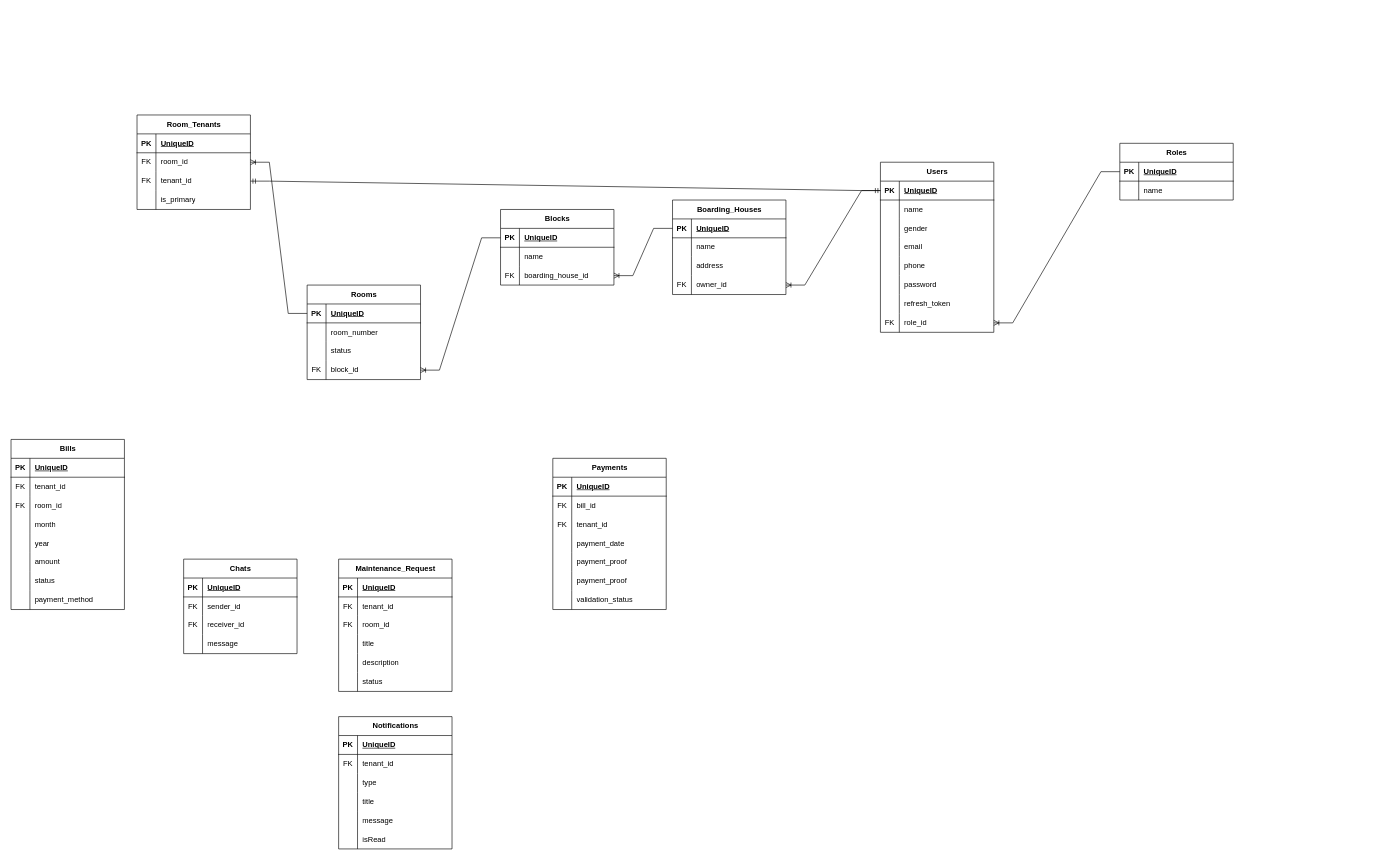
Above: page "ERD" (2 of 2) of flow/Flow NexKos.drawio.xml in danurrizad/NexKos (draw.io), before the change. Source tidied: cells renumbered, new cells numbered last; positions are measured from the earlier drawing's top-left corner, leaving out a move shared by most shapes. Both pictures are drawn from the tidied source at 63%, with x=0, y=0 at pixel (11, 115).
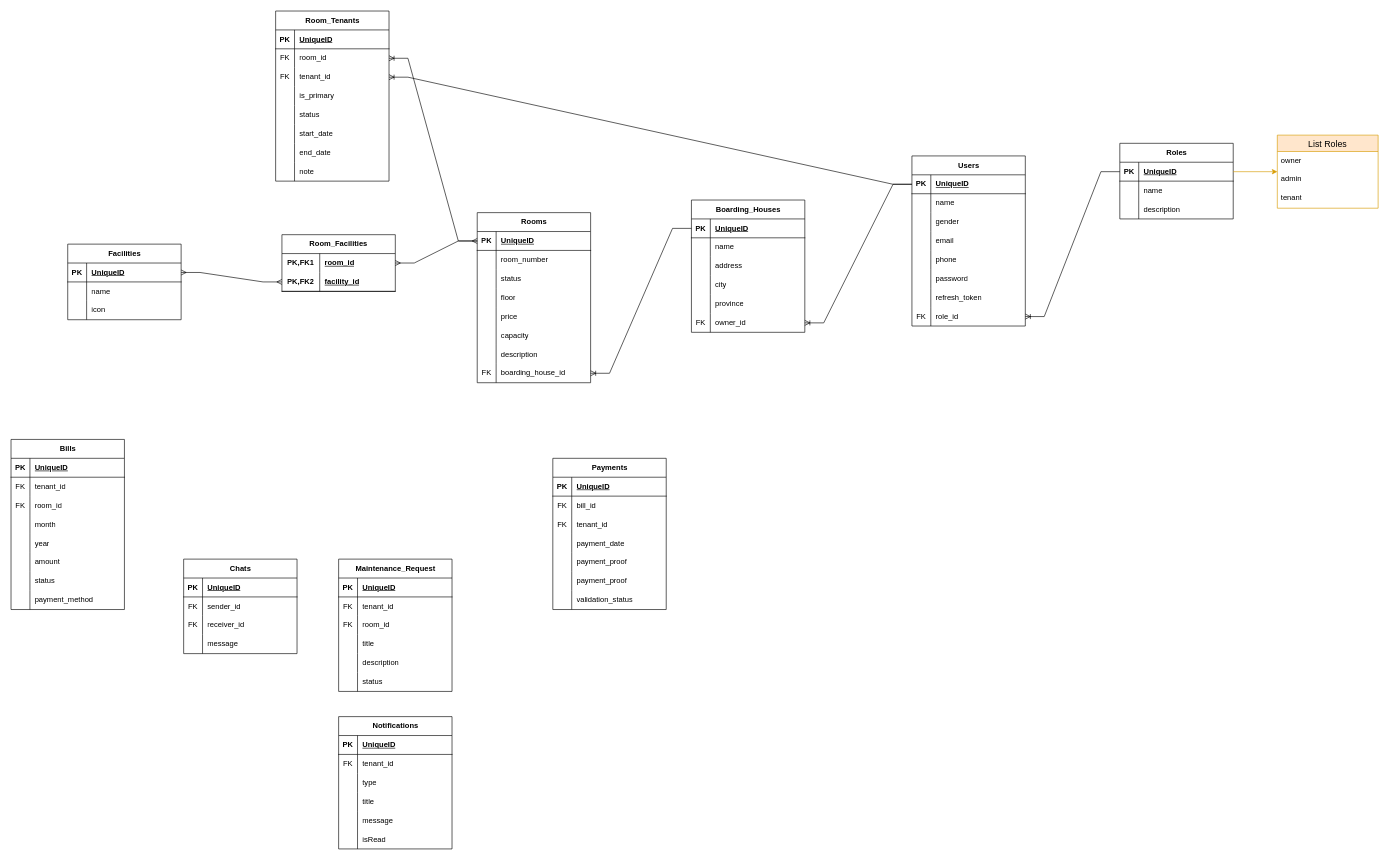
The same page after the edit.

Unchanged cells that the change refers to:
```xml
<mxCell id="3" style="shape=tableRow;horizontal=0;startSize=0;swimlaneHead=0;swimlaneBody=0;fillColor=none;points=[[0,0.5],[1,0.5]];portConstraint=eastwest;top=0;left=0;right=0;bottom=1;" parent="2" vertex="1">
  <mxGeometry y="30" width="180" height="30" as="geometry" />
</mxCell>
<mxCell id="28" style="shape=tableRow;horizontal=0;startSize=0;swimlaneHead=0;swimlaneBody=0;fillColor=none;points=[[0,0.5],[1,0.5]];portConstraint=eastwest;top=0;left=0;right=0;bottom=1;" parent="27" vertex="1">
  <mxGeometry y="30" width="180" height="30" as="geometry" />
</mxCell>
<mxCell id="152" style="shape=tableRow;horizontal=0;startSize=0;swimlaneHead=0;swimlaneBody=0;fillColor=none;points=[[0,0.5],[1,0.5]];portConstraint=eastwest;top=0;left=0;right=0;bottom=1;" parent="151" vertex="1">
  <mxGeometry y="30" width="180" height="30" as="geometry" />
</mxCell>
<mxCell id="180" style="shape=tableRow;horizontal=0;startSize=0;swimlaneHead=0;swimlaneBody=0;fillColor=none;points=[[0,0.5],[1,0.5]];portConstraint=eastwest;top=0;left=0;right=0;bottom=0;" parent="173" vertex="1">
  <mxGeometry y="90" width="180" height="30" as="geometry" />
</mxCell>
```

Diff of the diagram source:
```diff
@@
     <mxCell id="2" value="Users" style="shape=table;startSize=30;childLayout=tableLayout;rowLines=0;fontStyle=1;align=center;html=1;" parent="1" vertex="1">
-      <mxGeometry x="1380" y="75" width="180" height="270" as="geometry" />
+      <mxGeometry x="1430" y="65" width="180" height="270" as="geometry" />
     </mxCell>
@@
     <mxCell id="27" value="Rooms" style="shape=table;startSize=30;childLayout=tableLayout;rowLines=0;fontStyle=1;align=center;html=1;" parent="1" vertex="1">
-      <mxGeometry x="470" y="270" width="180" height="150" as="geometry" />
+      <mxGeometry x="740" y="155" width="180" height="270" as="geometry" />
     </mxCell>
@@
-    <mxCell id="37" style="shape=tableRow;horizontal=0;startSize=0;swimlaneHead=0;swimlaneBody=0;fillColor=none;points=[[0,0.5],[1,0.5]];portConstraint=eastwest;top=0;left=0;right=0;bottom=0;" parent="27" vertex="1">
-      <mxGeometry y="120" width="180" height="30" as="geometry" />
-    </mxCell>
-    <mxCell id="38" value="FK" style="shape=partialRectangle;fillColor=none;top=0;left=0;bottom=0;right=0;overflow=hidden;whiteSpace=wrap;html=1;" parent="37" vertex="1">
-      <mxGeometry width="30" height="30" as="geometry" />
-    </mxCell>
-    <mxCell id="39" value="block_id" style="shape=partialRectangle;fillColor=none;top=0;left=0;bottom=0;right=0;align=left;spacingLeft=6;overflow=hidden;whiteSpace=wrap;html=1;" parent="37" vertex="1">
-      <mxGeometry x="30" width="150" height="30" as="geometry" />
-    </mxCell>
+    <mxCell id="187" style="shape=tableRow;horizontal=0;startSize=0;swimlaneHead=0;swimlaneBody=0;fillColor=none;top=0;left=0;right=0;bottom=0;" parent="27" vertex="1">
+      <mxGeometry y="120" width="180" height="30" as="geometry" />
+    </mxCell>
+    <mxCell id="188" style="shape=partialRectangle;fillColor=none;top=0;left=0;bottom=0;right=0;overflow=hidden;whiteSpace=wrap;html=1;" parent="187" vertex="1">
+      <mxGeometry width="30" height="30" as="geometry" />
+    </mxCell>
+    <mxCell id="189" value="floor" style="shape=partialRectangle;fillColor=none;top=0;left=0;bottom=0;right=0;align=left;spacingLeft=6;overflow=hidden;whiteSpace=wrap;html=1;" parent="187" vertex="1">
+      <mxGeometry x="30" width="150" height="30" as="geometry" />
+    </mxCell>
+    <mxCell id="190" style="shape=tableRow;horizontal=0;startSize=0;swimlaneHead=0;swimlaneBody=0;fillColor=none;top=0;left=0;right=0;bottom=0;" parent="27" vertex="1">
+      <mxGeometry y="150" width="180" height="30" as="geometry" />
+    </mxCell>
+    <mxCell id="191" style="shape=partialRectangle;fillColor=none;top=0;left=0;bottom=0;right=0;overflow=hidden;whiteSpace=wrap;html=1;" parent="190" vertex="1">
+      <mxGeometry width="30" height="30" as="geometry" />
+    </mxCell>
+    <mxCell id="192" value="price" style="shape=partialRectangle;fillColor=none;top=0;left=0;bottom=0;right=0;align=left;spacingLeft=6;overflow=hidden;whiteSpace=wrap;html=1;" parent="190" vertex="1">
+      <mxGeometry x="30" width="150" height="30" as="geometry" />
+    </mxCell>
+    <mxCell id="193" style="shape=tableRow;horizontal=0;startSize=0;swimlaneHead=0;swimlaneBody=0;fillColor=none;top=0;left=0;right=0;bottom=0;" parent="27" vertex="1">
+      <mxGeometry y="180" width="180" height="30" as="geometry" />
+    </mxCell>
+    <mxCell id="194" style="shape=partialRectangle;fillColor=none;top=0;left=0;bottom=0;right=0;overflow=hidden;whiteSpace=wrap;html=1;" parent="193" vertex="1">
+      <mxGeometry width="30" height="30" as="geometry" />
+    </mxCell>
+    <mxCell id="195" value="capacity" style="shape=partialRectangle;fillColor=none;top=0;left=0;bottom=0;right=0;align=left;spacingLeft=6;overflow=hidden;whiteSpace=wrap;html=1;" parent="193" vertex="1">
+      <mxGeometry x="30" width="150" height="30" as="geometry" />
+    </mxCell>
+    <mxCell id="196" style="shape=tableRow;horizontal=0;startSize=0;swimlaneHead=0;swimlaneBody=0;fillColor=none;top=0;left=0;right=0;bottom=0;" parent="27" vertex="1">
+      <mxGeometry y="210" width="180" height="30" as="geometry" />
+    </mxCell>
+    <mxCell id="197" style="shape=partialRectangle;fillColor=none;top=0;left=0;bottom=0;right=0;overflow=hidden;whiteSpace=wrap;html=1;" parent="196" vertex="1">
+      <mxGeometry width="30" height="30" as="geometry" />
+    </mxCell>
+    <mxCell id="198" value="description" style="shape=partialRectangle;fillColor=none;top=0;left=0;bottom=0;right=0;align=left;spacingLeft=6;overflow=hidden;whiteSpace=wrap;html=1;" parent="196" vertex="1">
+      <mxGeometry x="30" width="150" height="30" as="geometry" />
+    </mxCell>
+    <mxCell id="165" style="shape=tableRow;horizontal=0;startSize=0;swimlaneHead=0;swimlaneBody=0;fillColor=none;points=[[0,0.5],[1,0.5]];portConstraint=eastwest;top=0;left=0;right=0;bottom=0;" parent="27" vertex="1">
+      <mxGeometry y="240" width="180" height="30" as="geometry" />
+    </mxCell>
+    <mxCell id="166" value="FK" style="shape=partialRectangle;fillColor=none;top=0;left=0;bottom=0;right=0;overflow=hidden;whiteSpace=wrap;html=1;" parent="165" vertex="1">
+      <mxGeometry width="30" height="30" as="geometry" />
+    </mxCell>
+    <mxCell id="167" value="boarding_house_id" style="shape=partialRectangle;fillColor=none;top=0;left=0;bottom=0;right=0;align=left;spacingLeft=6;overflow=hidden;whiteSpace=wrap;html=1;" parent="165" vertex="1">
+      <mxGeometry x="30" width="150" height="30" as="geometry" />
+    </mxCell>
     <mxCell id="40" value="Boarding_Houses" style="shape=table;startSize=30;childLayout=tableLayout;rowLines=0;fontStyle=1;align=center;html=1;" parent="1" vertex="1">
-      <mxGeometry x="1050" y="135" width="180" height="150" as="geometry" />
+      <mxGeometry x="1080" y="135" width="180" height="210" as="geometry" />
     </mxCell>
@@
+    <mxCell id="199" style="shape=tableRow;horizontal=0;startSize=0;swimlaneHead=0;swimlaneBody=0;fillColor=none;top=0;left=0;right=0;bottom=0;" parent="40" vertex="1">
+      <mxGeometry y="120" width="180" height="30" as="geometry" />
+    </mxCell>
+    <mxCell id="200" style="shape=partialRectangle;fillColor=none;top=0;left=0;bottom=0;right=0;overflow=hidden;whiteSpace=wrap;html=1;" parent="199" vertex="1">
+      <mxGeometry width="30" height="30" as="geometry" />
+    </mxCell>
+    <mxCell id="201" value="city" style="shape=partialRectangle;fillColor=none;top=0;left=0;bottom=0;right=0;align=left;spacingLeft=6;overflow=hidden;whiteSpace=wrap;html=1;" parent="199" vertex="1">
+      <mxGeometry x="30" width="150" height="30" as="geometry" />
+    </mxCell>
+    <mxCell id="202" style="shape=tableRow;horizontal=0;startSize=0;swimlaneHead=0;swimlaneBody=0;fillColor=none;top=0;left=0;right=0;bottom=0;" parent="40" vertex="1">
+      <mxGeometry y="150" width="180" height="30" as="geometry" />
+    </mxCell>
+    <mxCell id="203" style="shape=partialRectangle;fillColor=none;top=0;left=0;bottom=0;right=0;overflow=hidden;whiteSpace=wrap;html=1;" parent="202" vertex="1">
+      <mxGeometry width="30" height="30" as="geometry" />
+    </mxCell>
+    <mxCell id="204" value="province" style="shape=partialRectangle;fillColor=none;top=0;left=0;bottom=0;right=0;align=left;spacingLeft=6;overflow=hidden;whiteSpace=wrap;html=1;" parent="202" vertex="1">
+      <mxGeometry x="30" width="150" height="30" as="geometry" />
+    </mxCell>
     <mxCell id="50" style="shape=tableRow;horizontal=0;startSize=0;swimlaneHead=0;swimlaneBody=0;fillColor=none;points=[[0,0.5],[1,0.5]];portConstraint=eastwest;top=0;left=0;right=0;bottom=0;" parent="40" vertex="1">
-      <mxGeometry y="120" width="180" height="30" as="geometry" />
+      <mxGeometry y="180" width="180" height="30" as="geometry" />
     </mxCell>
@@
     <mxCell id="151" value="Roles" style="shape=table;startSize=30;childLayout=tableLayout;rowLines=0;fontStyle=1;align=center;html=1;" parent="1" vertex="1">
-      <mxGeometry x="1760" y="45" width="180" height="90" as="geometry" />
+      <mxGeometry x="1760" y="45" width="180" height="120" as="geometry" />
     </mxCell>
@@
-    <mxCell id="158" value="Blocks" style="shape=table;startSize=30;childLayout=tableLayout;rowLines=0;fontStyle=1;align=center;html=1;" parent="1" vertex="1">
-      <mxGeometry x="777" y="150" width="180" height="120" as="geometry" />
-    </mxCell>
-    <mxCell id="159" style="shape=tableRow;horizontal=0;startSize=0;swimlaneHead=0;swimlaneBody=0;fillColor=none;points=[[0,0.5],[1,0.5]];portConstraint=eastwest;top=0;left=0;right=0;bottom=1;" parent="158" vertex="1">
-      <mxGeometry y="30" width="180" height="30" as="geometry" />
-    </mxCell>
-    <mxCell id="160" value="PK" style="shape=partialRectangle;fillColor=none;top=0;left=0;bottom=0;right=0;fontStyle=1;overflow=hidden;whiteSpace=wrap;html=1;" parent="159" vertex="1">
-      <mxGeometry width="30" height="30" as="geometry" />
-    </mxCell>
-    <mxCell id="161" value="UniqueID" style="shape=partialRectangle;fillColor=none;top=0;left=0;bottom=0;right=0;align=left;spacingLeft=6;fontStyle=5;overflow=hidden;whiteSpace=wrap;html=1;" parent="159" vertex="1">
-      <mxGeometry x="30" width="150" height="30" as="geometry" />
-    </mxCell>
-    <mxCell id="162" style="shape=tableRow;horizontal=0;startSize=0;swimlaneHead=0;swimlaneBody=0;fillColor=none;top=0;left=0;right=0;bottom=0;" parent="158" vertex="1">
-      <mxGeometry y="60" width="180" height="30" as="geometry" />
-    </mxCell>
-    <mxCell id="163" style="shape=partialRectangle;fillColor=none;top=0;left=0;bottom=0;right=0;overflow=hidden;whiteSpace=wrap;html=1;" parent="162" vertex="1">
-      <mxGeometry width="30" height="30" as="geometry" />
-    </mxCell>
-    <mxCell id="164" value="name" style="shape=partialRectangle;fillColor=none;top=0;left=0;bottom=0;right=0;align=left;spacingLeft=6;overflow=hidden;whiteSpace=wrap;html=1;" parent="162" vertex="1">
-      <mxGeometry x="30" width="150" height="30" as="geometry" />
-    </mxCell>
-    <mxCell id="165" style="shape=tableRow;horizontal=0;startSize=0;swimlaneHead=0;swimlaneBody=0;fillColor=none;points=[[0,0.5],[1,0.5]];portConstraint=eastwest;top=0;left=0;right=0;bottom=0;" parent="158" vertex="1">
-      <mxGeometry y="90" width="180" height="30" as="geometry" />
-    </mxCell>
-    <mxCell id="166" value="FK" style="shape=partialRectangle;fillColor=none;top=0;left=0;bottom=0;right=0;overflow=hidden;whiteSpace=wrap;html=1;" parent="165" vertex="1">
-      <mxGeometry width="30" height="30" as="geometry" />
-    </mxCell>
-    <mxCell id="167" value="boarding_house_id" style="shape=partialRectangle;fillColor=none;top=0;left=0;bottom=0;right=0;align=left;spacingLeft=6;overflow=hidden;whiteSpace=wrap;html=1;" parent="165" vertex="1">
-      <mxGeometry x="30" width="150" height="30" as="geometry" />
-    </mxCell>
+    <mxCell id="205" style="shape=tableRow;horizontal=0;startSize=0;swimlaneHead=0;swimlaneBody=0;fillColor=none;top=0;left=0;right=0;bottom=0;" parent="151" vertex="1">
+      <mxGeometry y="90" width="180" height="30" as="geometry" />
+    </mxCell>
+    <mxCell id="206" style="shape=partialRectangle;fillColor=none;top=0;left=0;bottom=0;right=0;overflow=hidden;whiteSpace=wrap;html=1;" parent="205" vertex="1">
+      <mxGeometry width="30" height="30" as="geometry" />
+    </mxCell>
+    <mxCell id="207" value="description" style="shape=partialRectangle;fillColor=none;top=0;left=0;bottom=0;right=0;align=left;spacingLeft=6;overflow=hidden;whiteSpace=wrap;html=1;" parent="205" vertex="1">
+      <mxGeometry x="30" width="150" height="30" as="geometry" />
+    </mxCell>
@@
-    <mxCell id="171" style="edgeStyle=entityRelationEdgeStyle;fontSize=12;html=1;endArrow=ERoneToMany;rounded=0;" parent="1" edge="1" source="159" target="37">
-      <mxGeometry relative="1" as="geometry" />
-    </mxCell>
-    <mxCell id="172" style="edgeStyle=entityRelationEdgeStyle;fontSize=12;html=1;endArrow=ERmandOne;startArrow=ERmandOne;rounded=0;" parent="1" edge="1" source="180" target="3">
-      <mxGeometry relative="1" as="geometry" />
-    </mxCell>
     <mxCell id="173" value="Room_Tenants" style="shape=table;startSize=30;childLayout=tableLayout;rowLines=0;fontStyle=1;align=center;html=1;" parent="1" vertex="1">
-      <mxGeometry x="200" width="180" height="150" as="geometry" />
+      <mxGeometry x="420" y="-165" width="180" height="270" as="geometry" />
     </mxCell>
@@
+    <mxCell id="208" style="shape=tableRow;horizontal=0;startSize=0;swimlaneHead=0;swimlaneBody=0;fillColor=none;top=0;left=0;right=0;bottom=0;" parent="173" vertex="1">
+      <mxGeometry y="150" width="180" height="30" as="geometry" />
+    </mxCell>
+    <mxCell id="209" style="shape=partialRectangle;fillColor=none;top=0;left=0;bottom=0;right=0;overflow=hidden;whiteSpace=wrap;html=1;" parent="208" vertex="1">
+      <mxGeometry width="30" height="30" as="geometry" />
+    </mxCell>
+    <mxCell id="210" value="status" style="shape=partialRectangle;fillColor=none;top=0;left=0;bottom=0;right=0;align=left;spacingLeft=6;overflow=hidden;whiteSpace=wrap;html=1;" parent="208" vertex="1">
+      <mxGeometry x="30" width="150" height="30" as="geometry" />
+    </mxCell>
+    <mxCell id="211" style="shape=tableRow;horizontal=0;startSize=0;swimlaneHead=0;swimlaneBody=0;fillColor=none;top=0;left=0;right=0;bottom=0;" parent="173" vertex="1">
+      <mxGeometry y="180" width="180" height="30" as="geometry" />
+    </mxCell>
+    <mxCell id="212" style="shape=partialRectangle;fillColor=none;top=0;left=0;bottom=0;right=0;overflow=hidden;whiteSpace=wrap;html=1;" parent="211" vertex="1">
+      <mxGeometry width="30" height="30" as="geometry" />
+    </mxCell>
+    <mxCell id="213" value="start_date" style="shape=partialRectangle;fillColor=none;top=0;left=0;bottom=0;right=0;align=left;spacingLeft=6;overflow=hidden;whiteSpace=wrap;html=1;" parent="211" vertex="1">
+      <mxGeometry x="30" width="150" height="30" as="geometry" />
+    </mxCell>
+    <mxCell id="214" style="shape=tableRow;horizontal=0;startSize=0;swimlaneHead=0;swimlaneBody=0;fillColor=none;top=0;left=0;right=0;bottom=0;" parent="173" vertex="1">
+      <mxGeometry y="210" width="180" height="30" as="geometry" />
+    </mxCell>
+    <mxCell id="215" style="shape=partialRectangle;fillColor=none;top=0;left=0;bottom=0;right=0;overflow=hidden;whiteSpace=wrap;html=1;" parent="214" vertex="1">
+      <mxGeometry width="30" height="30" as="geometry" />
+    </mxCell>
+    <mxCell id="216" value="end_date" style="shape=partialRectangle;fillColor=none;top=0;left=0;bottom=0;right=0;align=left;spacingLeft=6;overflow=hidden;whiteSpace=wrap;html=1;" parent="214" vertex="1">
+      <mxGeometry x="30" width="150" height="30" as="geometry" />
+    </mxCell>
+    <mxCell id="217" style="shape=tableRow;horizontal=0;startSize=0;swimlaneHead=0;swimlaneBody=0;fillColor=none;top=0;left=0;right=0;bottom=0;" parent="173" vertex="1">
+      <mxGeometry y="240" width="180" height="30" as="geometry" />
+    </mxCell>
+    <mxCell id="218" style="shape=partialRectangle;fillColor=none;top=0;left=0;bottom=0;right=0;overflow=hidden;whiteSpace=wrap;html=1;" parent="217" vertex="1">
+      <mxGeometry width="30" height="30" as="geometry" />
+    </mxCell>
+    <mxCell id="219" value="note" style="shape=partialRectangle;fillColor=none;top=0;left=0;bottom=0;right=0;align=left;spacingLeft=6;overflow=hidden;whiteSpace=wrap;html=1;" parent="217" vertex="1">
+      <mxGeometry x="30" width="150" height="30" as="geometry" />
+    </mxCell>
@@
+    <mxCell id="220" style="edgeStyle=entityRelationEdgeStyle;fontSize=12;html=1;endArrow=ERoneToMany;rounded=0;" parent="1" edge="1" source="3" target="180">
+      <mxGeometry relative="1" as="geometry" />
+    </mxCell>
+    <mxCell id="221" value="List Roles" style="swimlane;fontStyle=0;horizontal=1;startSize=26;align=center;fontSize=14;fillColor=#ffe6cc;strokeColor=#d79b00;" parent="1" vertex="1">
+      <mxGeometry x="2010" y="32" width="160" height="116" as="geometry" />
+    </mxCell>
+    <mxCell id="222" value="owner" style="text;strokeColor=none;fillColor=none;spacingLeft=4;spacingRight=4;overflow=hidden;fontSize=12;whiteSpace=wrap;html=1;" parent="221" vertex="1">
+      <mxGeometry y="26" width="160" height="30" as="geometry" />
+    </mxCell>
+    <mxCell id="223" value="admin" style="text;strokeColor=none;fillColor=none;spacingLeft=4;spacingRight=4;overflow=hidden;fontSize=12;whiteSpace=wrap;html=1;" parent="221" vertex="1">
+      <mxGeometry y="56" width="160" height="30" as="geometry" />
+    </mxCell>
+    <mxCell id="224" value="tenant" style="text;strokeColor=none;fillColor=none;spacingLeft=4;spacingRight=4;overflow=hidden;fontSize=12;whiteSpace=wrap;html=1;" parent="221" vertex="1">
+      <mxGeometry y="86" width="160" height="30" as="geometry" />
+    </mxCell>
+    <mxCell id="225" style="edgeStyle=orthogonalEdgeStyle;rounded=0;jettySize=auto;html=1;fillColor=#ffe6cc;strokeColor=#d79b00;" parent="1" edge="1" source="152" target="221">
+      <mxGeometry relative="1" as="geometry" />
+    </mxCell>
+    <mxCell id="226" value="Facilities" style="shape=table;startSize=30;childLayout=tableLayout;rowLines=0;fontStyle=1;align=center;html=1;" parent="1" vertex="1">
+      <mxGeometry x="90" y="205" width="180" height="120" as="geometry" />
+    </mxCell>
+    <mxCell id="159" style="shape=tableRow;horizontal=0;startSize=0;swimlaneHead=0;swimlaneBody=0;fillColor=none;points=[[0,0.5],[1,0.5]];portConstraint=eastwest;top=0;left=0;right=0;bottom=1;" parent="226" vertex="1">
+      <mxGeometry y="30" width="180" height="30" as="geometry" />
+    </mxCell>
+    <mxCell id="160" value="PK" style="shape=partialRectangle;fillColor=none;top=0;left=0;bottom=0;right=0;fontStyle=1;overflow=hidden;whiteSpace=wrap;html=1;" parent="159" vertex="1">
+      <mxGeometry width="30" height="30" as="geometry" />
+    </mxCell>
+    <mxCell id="161" value="UniqueID" style="shape=partialRectangle;fillColor=none;top=0;left=0;bottom=0;right=0;align=left;spacingLeft=6;fontStyle=5;overflow=hidden;whiteSpace=wrap;html=1;" parent="159" vertex="1">
+      <mxGeometry x="30" width="150" height="30" as="geometry" />
+    </mxCell>
+    <mxCell id="162" style="shape=tableRow;horizontal=0;startSize=0;swimlaneHead=0;swimlaneBody=0;fillColor=none;top=0;left=0;right=0;bottom=0;" parent="226" vertex="1">
+      <mxGeometry y="60" width="180" height="30" as="geometry" />
+    </mxCell>
+    <mxCell id="227" style="shape=partialRectangle;fillColor=none;top=0;left=0;bottom=0;right=0;overflow=hidden;whiteSpace=wrap;html=1;" parent="162" vertex="1">
+      <mxGeometry width="30" height="30" as="geometry" />
+    </mxCell>
+    <mxCell id="164" value="name" style="shape=partialRectangle;fillColor=none;top=0;left=0;bottom=0;right=0;align=left;spacingLeft=6;overflow=hidden;whiteSpace=wrap;html=1;" parent="162" vertex="1">
+      <mxGeometry x="30" width="150" height="30" as="geometry" />
+    </mxCell>
+    <mxCell id="228" style="shape=tableRow;horizontal=0;startSize=0;swimlaneHead=0;swimlaneBody=0;fillColor=none;top=0;left=0;right=0;bottom=0;" parent="226" vertex="1">
+      <mxGeometry y="90" width="180" height="30" as="geometry" />
+    </mxCell>
+    <mxCell id="229" style="shape=partialRectangle;fillColor=none;top=0;left=0;bottom=0;right=0;overflow=hidden;whiteSpace=wrap;html=1;" parent="228" vertex="1">
+      <mxGeometry width="30" height="30" as="geometry" />
+    </mxCell>
+    <mxCell id="230" value="icon" style="shape=partialRectangle;fillColor=none;top=0;left=0;bottom=0;right=0;align=left;spacingLeft=6;overflow=hidden;whiteSpace=wrap;html=1;" parent="228" vertex="1">
+      <mxGeometry x="30" width="150" height="30" as="geometry" />
+    </mxCell>
+    <mxCell id="231" value="Room_Facilities" style="shape=table;startSize=30;childLayout=tableLayout;rowLines=0;fontStyle=1;align=center;html=1;whiteSpace=wrap;" parent="1" vertex="1">
+      <mxGeometry x="430" y="190" width="180" height="90" as="geometry" />
+    </mxCell>
+    <mxCell id="232" style="shape=tableRow;horizontal=0;startSize=0;swimlaneHead=0;swimlaneBody=0;fillColor=none;points=[[0,0.5],[1,0.5]];portConstraint=eastwest;top=0;left=0;right=0;bottom=0;html=1;" parent="231" vertex="1">
+      <mxGeometry y="30" width="180" height="30" as="geometry" />
+    </mxCell>
+    <mxCell id="233" value="PK,FK1" style="shape=partialRectangle;fillColor=none;top=0;left=0;bottom=0;right=0;fontStyle=1;overflow=hidden;html=1;whiteSpace=wrap;" parent="232" vertex="1">
+      <mxGeometry width="60" height="30" as="geometry" />
+    </mxCell>
+    <mxCell id="234" value="room_id" style="shape=partialRectangle;fillColor=none;top=0;left=0;bottom=0;right=0;align=left;spacingLeft=6;fontStyle=5;overflow=hidden;html=1;whiteSpace=wrap;" parent="232" vertex="1">
+      <mxGeometry x="60" width="120" height="30" as="geometry" />
+    </mxCell>
+    <mxCell id="235" style="shape=tableRow;horizontal=0;startSize=0;swimlaneHead=0;swimlaneBody=0;fillColor=none;points=[[0,0.5],[1,0.5]];portConstraint=eastwest;top=0;left=0;right=0;bottom=1;html=1;" parent="231" vertex="1">
+      <mxGeometry y="60" width="180" height="30" as="geometry" />
+    </mxCell>
+    <mxCell id="236" value="PK,FK2" style="shape=partialRectangle;fillColor=none;top=0;left=0;bottom=0;right=0;fontStyle=1;overflow=hidden;html=1;whiteSpace=wrap;" parent="235" vertex="1">
+      <mxGeometry width="60" height="30" as="geometry" />
+    </mxCell>
+    <mxCell id="237" value="facility_id" style="shape=partialRectangle;fillColor=none;top=0;left=0;bottom=0;right=0;align=left;spacingLeft=6;fontStyle=5;overflow=hidden;html=1;whiteSpace=wrap;" parent="235" vertex="1">
+      <mxGeometry x="60" width="120" height="30" as="geometry" />
+    </mxCell>
+    <mxCell id="238" style="edgeStyle=entityRelationEdgeStyle;fontSize=12;html=1;endArrow=ERmany;startArrow=ERmany;rounded=0;" parent="1" edge="1" source="232" target="28">
+      <mxGeometry relative="1" as="geometry" />
+    </mxCell>
+    <mxCell id="239" style="edgeStyle=entityRelationEdgeStyle;fontSize=12;html=1;endArrow=ERmany;startArrow=ERmany;rounded=0;" parent="1" edge="1" source="159" target="235">
+      <mxGeometry relative="1" as="geometry" />
+    </mxCell>
```
